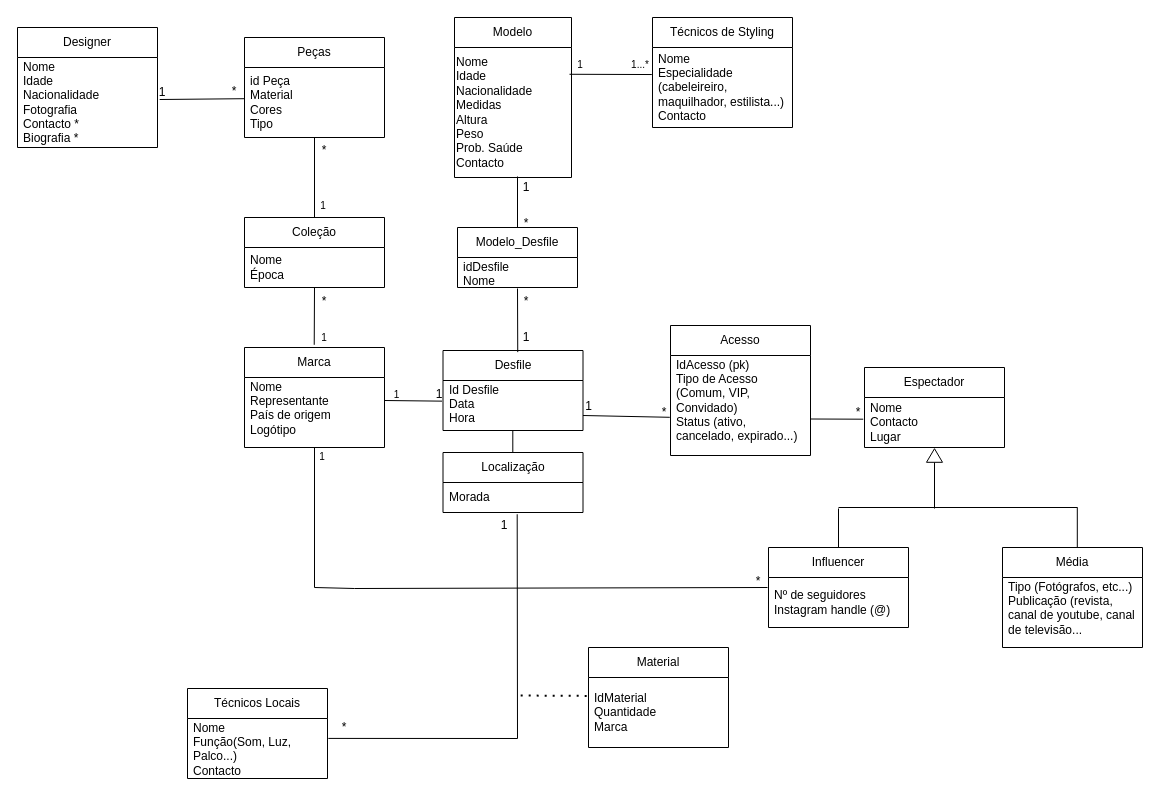
This is uml_database.drawio from le0nor/BD2425-707, a draw.io file, before an edit. Source tidied: cells renumbered, new cells numbered last; positions are measured from the earlier drawing's top-left corner, leaving out a move shared by most shapes. Both pictures are drawn from the tidied source at 100%, with x=0, y=0 at pixel (17, 17).
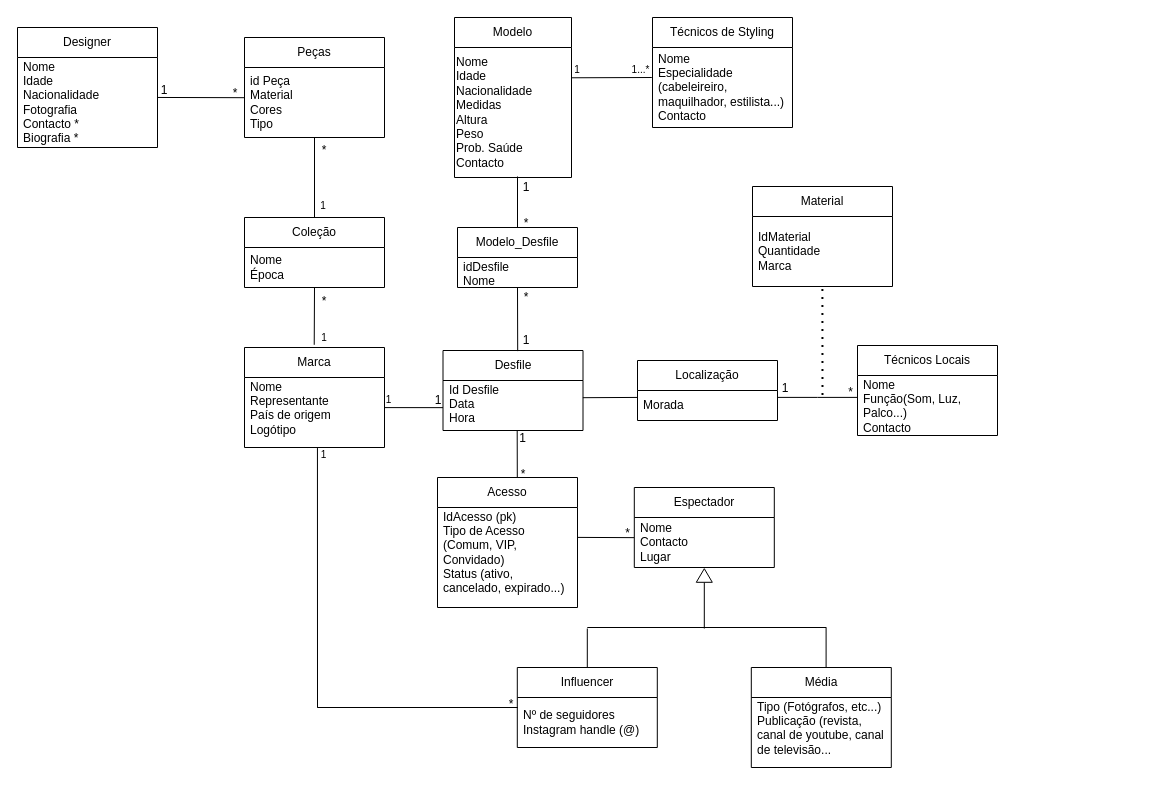
After the change.

Unchanged cells that the change refers to:
```xml
<mxCell id="3" value="Nome&lt;div&gt;Representante&amp;nbsp;&lt;/div&gt;&lt;div&gt;País de origem&lt;/div&gt;&lt;div&gt;Logótipo&lt;/div&gt;&lt;div&gt;&lt;br&gt;&lt;/div&gt;" style="text;strokeColor=none;fillColor=none;align=left;verticalAlign=middle;spacingLeft=4;spacingRight=4;overflow=hidden;points=[[0,0.5],[1,0.5]];portConstraint=eastwest;whiteSpace=wrap;html=1;" parent="2" vertex="1">
  <mxGeometry y="30" width="140" height="70" as="geometry" />
</mxCell>
<mxCell id="5" value="&lt;div&gt;&lt;span style=&quot;background-color: initial;&quot;&gt;Id Desfile&lt;/span&gt;&lt;br&gt;&lt;/div&gt;Data&amp;nbsp;&lt;div&gt;Hora&lt;/div&gt;&lt;div&gt;&lt;br&gt;&lt;/div&gt;" style="text;strokeColor=none;fillColor=none;align=left;verticalAlign=middle;spacingLeft=4;spacingRight=4;overflow=hidden;points=[[0,0.5],[1,0.5]];portConstraint=eastwest;whiteSpace=wrap;html=1;" parent="4" vertex="1">
  <mxGeometry y="30" width="140" height="50" as="geometry" />
</mxCell>
<mxCell id="11" value="Nome&lt;div&gt;Idade&lt;/div&gt;&lt;div&gt;Nacionalidade&lt;/div&gt;&lt;div&gt;Fotografia&lt;/div&gt;&lt;div&gt;Contacto *&lt;/div&gt;&lt;div&gt;Biografia *&lt;/div&gt;" style="text;strokeColor=none;fillColor=none;align=left;verticalAlign=middle;spacingLeft=4;spacingRight=4;overflow=hidden;points=[[0,0.5],[1,0.5]];portConstraint=eastwest;whiteSpace=wrap;html=1;" parent="10" vertex="1">
  <mxGeometry y="30" width="140" height="90" as="geometry" />
</mxCell>
<mxCell id="15" value="Nome&lt;div&gt;Especialidade (cabeleireiro, maquilhador, estilista...)&lt;/div&gt;&lt;div&gt;Contacto&lt;/div&gt;" style="text;strokeColor=none;fillColor=none;align=left;verticalAlign=middle;spacingLeft=4;spacingRight=4;overflow=hidden;points=[[0,0.5],[1,0.5]];portConstraint=eastwest;whiteSpace=wrap;html=1;" parent="14" vertex="1">
  <mxGeometry y="30" width="140" height="80" as="geometry" />
</mxCell>
<mxCell id="27" value="IdAcesso (pk)&lt;div&gt;Tipo de Acesso (Comum, VIP, Convidado)&lt;/div&gt;&lt;div&gt;Status (ativo, cancelado, expirado...)&lt;/div&gt;&lt;div&gt;&lt;br&gt;&lt;/div&gt;" style="text;strokeColor=none;fillColor=none;align=left;verticalAlign=middle;spacingLeft=4;spacingRight=4;overflow=hidden;points=[[0,0.5],[1,0.5]];portConstraint=eastwest;whiteSpace=wrap;html=1;" parent="26" vertex="1">
  <mxGeometry y="30" width="140" height="100" as="geometry" />
</mxCell>
<mxCell id="29" value="Nome&lt;div&gt;Função(Som, Luz, Palco...)&lt;/div&gt;&lt;div&gt;Contacto&lt;/div&gt;" style="text;strokeColor=none;fillColor=none;align=left;verticalAlign=middle;spacingLeft=4;spacingRight=4;overflow=hidden;points=[[0,0.5],[1,0.5]];portConstraint=eastwest;whiteSpace=wrap;html=1;" parent="28" vertex="1">
  <mxGeometry y="30" width="140" height="60" as="geometry" />
</mxCell>
<mxCell id="31" value="IdMaterial&lt;div&gt;Quantidade&lt;/div&gt;&lt;div&gt;Marca&lt;/div&gt;" style="text;strokeColor=none;fillColor=none;align=left;verticalAlign=middle;spacingLeft=4;spacingRight=4;overflow=hidden;points=[[0,0.5],[1,0.5]];portConstraint=eastwest;whiteSpace=wrap;html=1;" parent="30" vertex="1">
  <mxGeometry y="30" width="140" height="70" as="geometry" />
</mxCell>
<mxCell id="33" value="&lt;div style=&quot;&quot;&gt;Nome&lt;div&gt;Idade&amp;nbsp;&lt;/div&gt;&lt;div&gt;Nacionalidade&lt;/div&gt;&lt;div&gt;Medidas&lt;/div&gt;&lt;div&gt;Altura&amp;nbsp;&lt;/div&gt;&lt;div&gt;Peso&lt;/div&gt;&lt;div&gt;Prob. Saúde&lt;/div&gt;&lt;div&gt;Contacto&lt;/div&gt;&lt;/div&gt;" style="text;html=1;align=left;verticalAlign=middle;points=[];strokeColor=none;fillColor=none;" parent="32" vertex="1">
  <mxGeometry y="30" width="117" height="130" as="geometry" />
</mxCell>
<mxCell id="36" value="Nome&lt;div&gt;Contacto&lt;/div&gt;&lt;div&gt;Lugar&lt;/div&gt;" style="text;strokeColor=none;fillColor=none;align=left;verticalAlign=middle;spacingLeft=4;spacingRight=4;overflow=hidden;points=[[0,0.5],[1,0.5]];portConstraint=eastwest;whiteSpace=wrap;html=1;" parent="35" vertex="1">
  <mxGeometry y="30" width="140" height="50" as="geometry" />
</mxCell>
<mxCell id="67" value="Morada" style="text;strokeColor=none;fillColor=none;align=left;verticalAlign=middle;spacingLeft=4;spacingRight=4;overflow=hidden;points=[[0,0.5],[1,0.5]];portConstraint=eastwest;whiteSpace=wrap;html=1;" parent="66" vertex="1">
  <mxGeometry y="30" width="140" height="30" as="geometry" />
</mxCell>
```

The edit, as a diff of the source:
```diff
@@
-    <mxCell id="16" style="endArrow=none;html=1;rounded=0;exitX=0;exitY=1;exitDx=0;exitDy=0;entryX=-0.007;entryY=0.413;entryDx=0;entryDy=0;entryPerimeter=0;" parent="1" edge="1" source="43" target="5">
-      <mxGeometry relative="1" as="geometry" />
+    <mxCell id="16" style="endArrow=none;html=1;rounded=0;exitX=1.002;exitY=0.345;exitDx=0;exitDy=0;entryX=0;entryY=0.543;entryDx=0;entryDy=0;entryPerimeter=0;exitPerimeter=0;" parent="1" edge="1" target="5">
+      <mxGeometry relative="1" as="geometry">
+        <mxPoint x="367.3" y="390.1" as="sourcePoint" />
+      </mxGeometry>
     </mxCell>
     <mxCell id="17" style="endArrow=none;html=1;rounded=0;" parent="1" edge="1">
       <mxGeometry relative="1" as="geometry">
-        <mxPoint x="821" y="490" as="sourcePoint" />
-        <mxPoint x="1060" y="490" as="targetPoint" />
+        <mxPoint x="569.8" y="610" as="sourcePoint" />
+        <mxPoint x="808.8" y="610" as="targetPoint" />
       </mxGeometry>
     </mxCell>
     <mxCell id="18" value="Influencer" style="swimlane;fontStyle=0;horizontal=1;startSize=30;whiteSpace=wrap;html=1;" parent="1" vertex="1">
-      <mxGeometry x="751" y="530" width="140" height="80" as="geometry" />
+      <mxGeometry x="499.8" y="650" width="140" height="80" as="geometry" />
     </mxCell>
@@
-    <mxCell id="20" style="endArrow=none;html=1;rounded=0;" parent="1" edge="1">
-      <mxGeometry relative="1" as="geometry">
-        <mxPoint x="297" y="570" as="sourcePoint" />
-        <mxPoint x="750" y="570" as="targetPoint" />
-        <Array as="points">
-          <mxPoint x="337" y="571" />
-        </Array>
-      </mxGeometry>
-    </mxCell>
-    <mxCell id="21" style="endArrow=none;html=1;rounded=0;" parent="1" edge="1">
+    <mxCell id="21" style="endArrow=none;html=1;rounded=0;entryX=0.521;entryY=1.008;entryDx=0;entryDy=0;entryPerimeter=0;" parent="1" edge="1" target="3">
       <mxGeometry relative="1" as="geometry">
-        <mxPoint x="297" y="570" as="sourcePoint" />
-        <mxPoint x="297" y="430" as="targetPoint" />
+        <mxPoint x="300" y="690" as="sourcePoint" />
+        <Array as="points">
+          <mxPoint x="500" y="690" />
+          <mxPoint x="300" y="690" />
+        </Array>
       </mxGeometry>
     </mxCell>
     <mxCell id="22" style="endArrow=none;html=1;rounded=0;exitX=0.5;exitY=0;exitDx=0;exitDy=0;" parent="1" edge="1" source="18">
       <mxGeometry relative="1" as="geometry">
-        <mxPoint x="821" y="491" as="targetPoint" />
+        <mxPoint x="569.8" y="611" as="targetPoint" />
       </mxGeometry>
     </mxCell>
     <mxCell id="23" style="endArrow=none;html=1;rounded=0;" parent="1" edge="1">
       <mxGeometry relative="1" as="geometry">
-        <mxPoint x="1059.8" y="530" as="sourcePoint" />
-        <mxPoint x="1059.8" y="490" as="targetPoint" />
+        <mxPoint x="808.6" y="650" as="sourcePoint" />
+        <mxPoint x="808.6" y="610" as="targetPoint" />
       </mxGeometry>
     </mxCell>
     <mxCell id="24" value="Média" style="swimlane;fontStyle=0;horizontal=1;startSize=30;whiteSpace=wrap;html=1;" parent="1" vertex="1">
-      <mxGeometry x="985" y="530" width="140" height="100" as="geometry" />
+      <mxGeometry x="733.8" y="650" width="140" height="100" as="geometry" />
     </mxCell>
@@
     <mxCell id="26" value="Acesso" style="swimlane;fontStyle=0;horizontal=1;startSize=30;whiteSpace=wrap;html=1;" parent="1" vertex="1">
-      <mxGeometry x="653" y="308" width="140" height="130" as="geometry" />
+      <mxGeometry x="420" y="460" width="140" height="130" as="geometry" />
     </mxCell>
@@
     <mxCell id="28" value="Técnicos Locais" style="swimlane;fontStyle=0;horizontal=1;startSize=30;whiteSpace=wrap;html=1;" parent="1" vertex="1">
-      <mxGeometry x="170" y="671" width="140" height="90" as="geometry" />
+      <mxGeometry x="840" y="328" width="140" height="90" as="geometry" />
     </mxCell>
@@
     <mxCell id="30" value="Material" style="swimlane;fontStyle=0;horizontal=1;startSize=30;whiteSpace=wrap;html=1;" parent="1" vertex="1">
-      <mxGeometry x="571" y="630" width="140" height="100" as="geometry" />
+      <mxGeometry x="735" y="169" width="140" height="100" as="geometry" />
     </mxCell>
@@
     <mxCell id="35" value="Espectador" style="swimlane;fontStyle=0;horizontal=1;startSize=30;whiteSpace=wrap;html=1;" parent="1" vertex="1">
-      <mxGeometry x="847" y="350" width="140" height="80" as="geometry" />
+      <mxGeometry x="616.8" y="470" width="140" height="80" as="geometry" />
     </mxCell>
@@
     <mxCell id="37" style="endArrow=none;html=1;rounded=0;" parent="1" edge="1" target="38">
       <mxGeometry relative="1" as="geometry">
-        <mxPoint x="917" y="491" as="sourcePoint" />
+        <mxPoint x="686.8" y="611" as="sourcePoint" />
       </mxGeometry>
     </mxCell>
     <mxCell id="38" style="triangle;whiteSpace=wrap;html=1;rotation=-90;" parent="1" vertex="1">
-      <mxGeometry x="910.2" y="430" width="13.6" height="16" as="geometry" />
+      <mxGeometry x="680" y="550" width="13.6" height="16" as="geometry" />
     </mxCell>
-    <mxCell id="39" value="*" style="text;html=1;align=center;verticalAlign=middle;whiteSpace=wrap;rounded=0;" parent="1" vertex="1">
-      <mxGeometry x="617" y="393.5" width="60" height="2" as="geometry" />
-    </mxCell>
     <mxCell id="40" value="*" style="text;html=1;align=center;verticalAlign=middle;whiteSpace=wrap;rounded=0;" parent="1" vertex="1">
-      <mxGeometry x="811" y="390" width="60" height="10" as="geometry" />
+      <mxGeometry x="605" y="515" width="10.8" as="geometry" />
     </mxCell>
     <mxCell id="41" value="&lt;font style=&quot;font-size: 10px;&quot;&gt;1&lt;/font&gt;" style="text;html=1;align=center;verticalAlign=middle;whiteSpace=wrap;rounded=0;" parent="1" vertex="1">
-      <mxGeometry x="275" y="424" width="60" height="30" as="geometry" />
+      <mxGeometry x="303.5" y="432" width="5" height="10" as="geometry" />
     </mxCell>
     <mxCell id="42" value="*" style="text;html=1;align=center;verticalAlign=middle;whiteSpace=wrap;rounded=0;" parent="1" vertex="1">
-      <mxGeometry x="711" y="549" width="60" height="30" as="geometry" />
+      <mxGeometry x="488.5" y="686" width="10" as="geometry" />
     </mxCell>
     <mxCell id="43" value="&lt;font style=&quot;font-size: 10px;&quot;&gt;1&lt;/font&gt;" style="text;html=1;align=center;verticalAlign=middle;whiteSpace=wrap;rounded=0;" parent="1" vertex="1">
-      <mxGeometry x="367" y="370" width="25" height="13" as="geometry" />
+      <mxGeometry x="368" y="380.5" width="7" height="2" as="geometry" />
     </mxCell>
@@
     <mxCell id="49" value="*" style="text;html=1;align=center;verticalAlign=middle;whiteSpace=wrap;rounded=0;" parent="1" vertex="1">
-      <mxGeometry x="479" y="269" width="60" height="30" as="geometry" />
+      <mxGeometry x="479" y="265" width="60" height="30" as="geometry" />
     </mxCell>
     <mxCell id="50" value="&lt;span style=&quot;font-size: 10px;&quot;&gt;1...*&lt;/span&gt;" style="text;html=1;align=center;verticalAlign=middle;whiteSpace=wrap;rounded=0;" parent="1" vertex="1">
-      <mxGeometry x="593" y="32" width="60" height="30" as="geometry" />
+      <mxGeometry x="614.8" y="48" width="17" height="8" as="geometry" />
     </mxCell>
     <mxCell id="51" value="&lt;font style=&quot;font-size: 10px;&quot;&gt;1&lt;/font&gt;" style="text;html=1;align=center;verticalAlign=middle;whiteSpace=wrap;rounded=0;" parent="1" vertex="1">
-      <mxGeometry x="533" y="32" width="60" height="30" as="geometry" />
+      <mxGeometry x="556" y="48" width="7.5" height="8" as="geometry" />
     </mxCell>
     <mxCell id="52" value="1" style="text;html=1;align=center;verticalAlign=middle;whiteSpace=wrap;rounded=0;" parent="1" vertex="1">
-      <mxGeometry x="479" y="501" width="16" height="14" as="geometry" />
+      <mxGeometry x="767" y="370" width="1" height="1" as="geometry" />
     </mxCell>
     <mxCell id="53" value="*" style="text;html=1;align=center;verticalAlign=middle;whiteSpace=wrap;rounded=0;" parent="1" vertex="1">
-      <mxGeometry x="297" y="695" width="60" height="30" as="geometry" />
+      <mxGeometry x="827" y="372" width="13" height="5" as="geometry" />
     </mxCell>
-    <mxCell id="54" style="endArrow=none;html=1;rounded=0;exitX=0.983;exitY=0.206;exitDx=0;exitDy=0;entryX=-0.005;entryY=0.338;entryDx=0;entryDy=0;entryPerimeter=0;exitPerimeter=0;" parent="1" edge="1" source="33" target="15">
-      <mxGeometry relative="1" as="geometry" />
+    <mxCell id="54" style="endArrow=none;html=1;rounded=0;exitX=0.998;exitY=0.233;exitDx=0;exitDy=0;entryX=-0.005;entryY=0.338;entryDx=0;entryDy=0;entryPerimeter=0;exitPerimeter=0;" parent="1" edge="1" source="33">
+      <mxGeometry relative="1" as="geometry">
+        <mxPoint x="634.3" y="60" as="targetPoint" />
+      </mxGeometry>
     </mxCell>
@@
-    <mxCell id="59" style="endArrow=none;html=1;rounded=0;exitX=0.354;exitY=0.987;exitDx=0;exitDy=0;exitPerimeter=0;" parent="1" edge="1" source="60">
+    <mxCell id="59" style="endArrow=none;html=1;rounded=0;exitX=0.354;exitY=0.987;exitDx=0;exitDy=0;exitPerimeter=0;" parent="1" edge="1">
       <mxGeometry relative="1" as="geometry">
-        <mxPoint x="500" y="271" as="targetPoint" />
+        <mxPoint x="500.2" y="333.6" as="sourcePoint" />
+        <mxPoint x="500" y="270" as="targetPoint" />
       </mxGeometry>
     </mxCell>
     <mxCell id="60" value="1" style="text;html=1;align=center;verticalAlign=middle;whiteSpace=wrap;rounded=0;" parent="1" vertex="1">
-      <mxGeometry x="479" y="305" width="60" height="30" as="geometry" />
+      <mxGeometry x="479" y="308" width="60" height="30" as="geometry" />
     </mxCell>
-    <mxCell id="61" style="endArrow=none;html=1;rounded=0;entryX=-0.016;entryY=0.417;entryDx=0;entryDy=0;entryPerimeter=0;" parent="1" edge="1">
+    <mxCell id="61" style="endArrow=none;html=1;rounded=0;entryX=-0.016;entryY=0.417;entryDx=0;entryDy=0;entryPerimeter=0;exitX=1.003;exitY=0.444;exitDx=0;exitDy=0;exitPerimeter=0;" parent="1" edge="1" source="11">
       <mxGeometry relative="1" as="geometry">
-        <mxPoint x="142.2" y="82" as="sourcePoint" />
-        <mxPoint x="227" y="81.2" as="targetPoint" />
+        <mxPoint x="227" y="80.2" as="targetPoint" />
       </mxGeometry>
     </mxCell>
     <mxCell id="62" value="*" style="text;html=1;align=center;verticalAlign=middle;whiteSpace=wrap;rounded=0;" parent="1" vertex="1">
-      <mxGeometry x="207" y="70" width="20" height="8" as="geometry" />
+      <mxGeometry x="208" y="72" width="20" height="8" as="geometry" />
     </mxCell>
     <mxCell id="63" value="1" style="text;html=1;align=center;verticalAlign=middle;whiteSpace=wrap;rounded=0;" parent="1" vertex="1">
-      <mxGeometry x="130" y="70" width="30" height="10" as="geometry" />
+      <mxGeometry x="132" y="68" width="30" height="10" as="geometry" />
     </mxCell>
     <mxCell id="64" value="1" style="text;html=1;align=center;verticalAlign=middle;whiteSpace=wrap;rounded=0;" parent="1" vertex="1">
-      <mxGeometry x="407" y="373.5" width="30" height="6" as="geometry" />
+      <mxGeometry x="418" y="379.5" width="6" height="6" as="geometry" />
     </mxCell>
-    <mxCell id="65" style="endArrow=none;html=1;rounded=0;" parent="1" edge="1">
-      <mxGeometry relative="1" as="geometry">
-        <mxPoint x="495.3" y="441" as="sourcePoint" />
-        <mxPoint x="495.3" y="413" as="targetPoint" />
-      </mxGeometry>
+    <mxCell id="65" style="endArrow=none;html=1;rounded=0;exitX=0.999;exitY=0.344;exitDx=0;exitDy=0;exitPerimeter=0;entryX=-0.001;entryY=0.231;entryDx=0;entryDy=0;entryPerimeter=0;" parent="1" edge="1" source="5" target="67">
+      <mxGeometry relative="1" as="geometry" />
     </mxCell>
     <mxCell id="66" value="Localização" style="swimlane;fontStyle=0;horizontal=1;startSize=30;whiteSpace=wrap;html=1;" parent="1" vertex="1">
-      <mxGeometry x="425.5" y="435" width="140" height="60" as="geometry" />
+      <mxGeometry x="620" y="343" width="140" height="60" as="geometry" />
     </mxCell>
@@
-    <mxCell id="68" style="endArrow=none;html=1;rounded=0;entryX=-0.005;entryY=0.618;entryDx=0;entryDy=0;entryPerimeter=0;" parent="1" edge="1" target="27">
-      <mxGeometry relative="1" as="geometry">
-        <mxPoint x="565.5" y="398" as="sourcePoint" />
-      </mxGeometry>
-    </mxCell>
-    <mxCell id="69" style="endArrow=none;html=1;rounded=0;entryX=-0.009;entryY=0.434;entryDx=0;entryDy=0;entryPerimeter=0;" parent="1" edge="1" target="36">
-      <mxGeometry relative="1" as="geometry">
-        <mxPoint x="793" y="401.5" as="sourcePoint" />
-      </mxGeometry>
+    <mxCell id="69" style="endArrow=none;html=1;rounded=0;exitX=1;exitY=0.299;exitDx=0;exitDy=0;exitPerimeter=0;entryX=-0.001;entryY=0.403;entryDx=0;entryDy=0;entryPerimeter=0;" parent="1" edge="1" source="27" target="36">
+      <mxGeometry relative="1" as="geometry" />
     </mxCell>
     <mxCell id="70" value="1" style="text;html=1;align=center;verticalAlign=middle;whiteSpace=wrap;rounded=0;" parent="1" vertex="1">
-      <mxGeometry x="563" y="379" width="17" height="20" as="geometry" />
+      <mxGeometry x="501.5" y="415" width="7" height="11" as="geometry" />
     </mxCell>
-    <mxCell id="71" style="endArrow=none;html=1;rounded=0;entryX=0.53;entryY=1.059;entryDx=0;entryDy=0;entryPerimeter=0;" parent="1" edge="1" target="67">
-      <mxGeometry relative="1" as="geometry">
-        <mxPoint x="500" y="721" as="sourcePoint" />
-      </mxGeometry>
-    </mxCell>
-    <mxCell id="72" style="endArrow=none;html=1;rounded=0;exitX=1.006;exitY=0.332;exitDx=0;exitDy=0;exitPerimeter=0;" parent="1" edge="1" source="29">
-      <mxGeometry relative="1" as="geometry">
-        <mxPoint x="500" y="721" as="targetPoint" />
-      </mxGeometry>
-    </mxCell>
-    <mxCell id="73" style="endArrow=none;dashed=1;html=1;dashPattern=1 3;strokeWidth=2;rounded=0;exitX=-0.013;exitY=0.263;exitDx=0;exitDy=0;exitPerimeter=0;" parent="1" edge="1" source="31">
+    <mxCell id="73" style="endArrow=none;dashed=1;html=1;dashPattern=1 3;strokeWidth=2;rounded=0;exitX=0.578;exitY=1.005;exitDx=0;exitDy=0;exitPerimeter=0;" parent="1" edge="1">
       <mxGeometry relative="1" as="geometry">
-        <mxPoint x="500" y="678" as="targetPoint" />
+        <mxPoint x="804.9" y="271.4" as="sourcePoint" />
+        <mxPoint x="805" y="382" as="targetPoint" />
       </mxGeometry>
     </mxCell>
+    <mxCell id="74" style="endArrow=none;html=1;rounded=0;" parent="1" edge="1">
+      <mxGeometry relative="1" as="geometry">
+        <mxPoint x="760" y="379.9" as="sourcePoint" />
+        <mxPoint x="840" y="379.9" as="targetPoint" />
+        <Array as="points">
+          <mxPoint x="800" y="379.9" />
+        </Array>
+      </mxGeometry>
+    </mxCell>
+    <mxCell id="75" style="endArrow=none;html=1;rounded=0;entryX=0.57;entryY=0.009;entryDx=0;entryDy=0;entryPerimeter=0;exitX=0.53;exitY=1.019;exitDx=0;exitDy=0;exitPerimeter=0;" parent="1" edge="1">
+      <mxGeometry relative="1" as="geometry">
+        <mxPoint x="499.7" y="412.9" as="sourcePoint" />
+        <mxPoint x="499.8" y="460.2" as="targetPoint" />
+      </mxGeometry>
+    </mxCell>
+    <mxCell id="39" value="*" style="text;html=1;align=center;verticalAlign=middle;whiteSpace=wrap;rounded=0;" parent="1" vertex="1">
+      <mxGeometry x="500.8" y="456" width="10" height="2" as="geometry" />
+    </mxCell>
```
